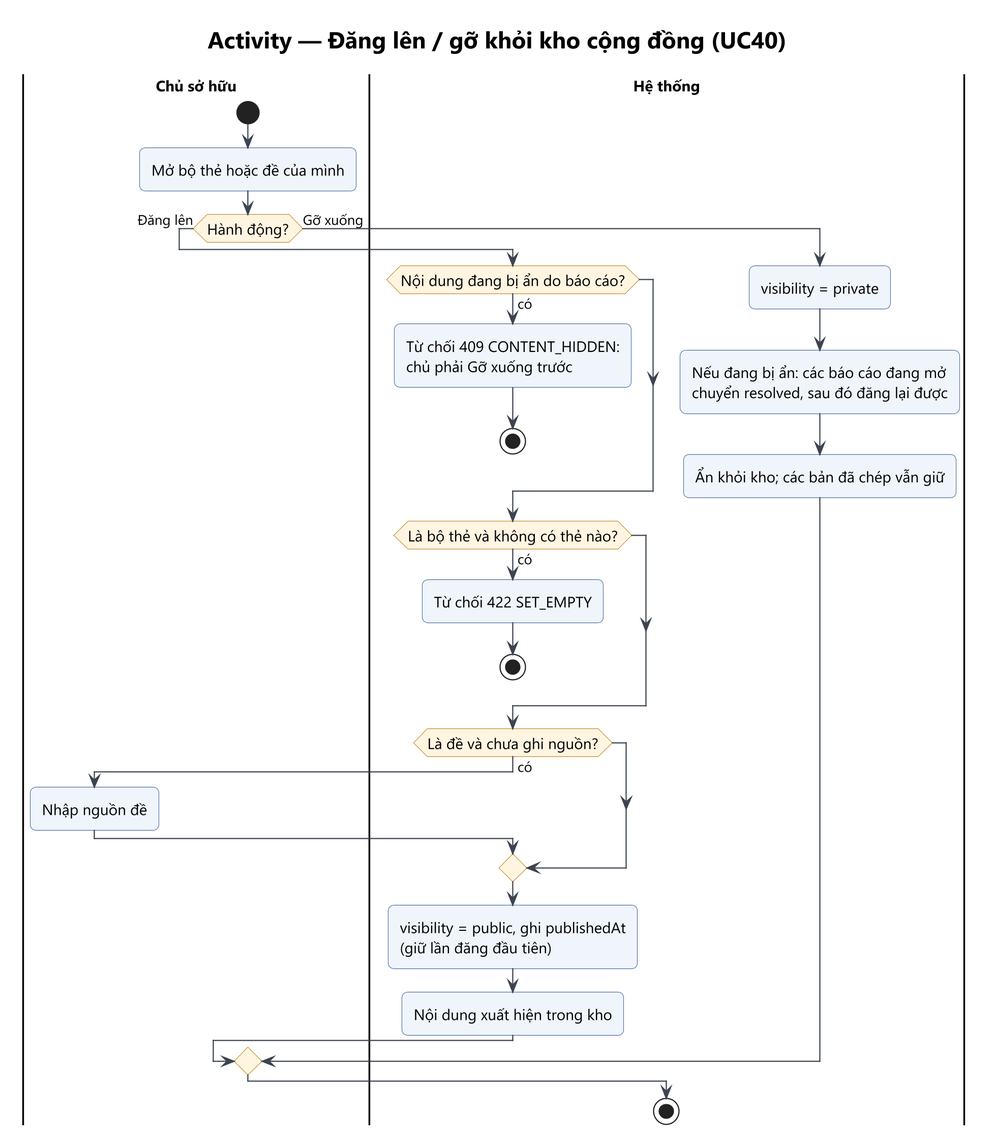
Above: Analysis_Design/03_Activity/act-07-dang-len-kho.png in Ac-2836/WebDev-FinalProject-LinMaster (PlantUML), before the change.
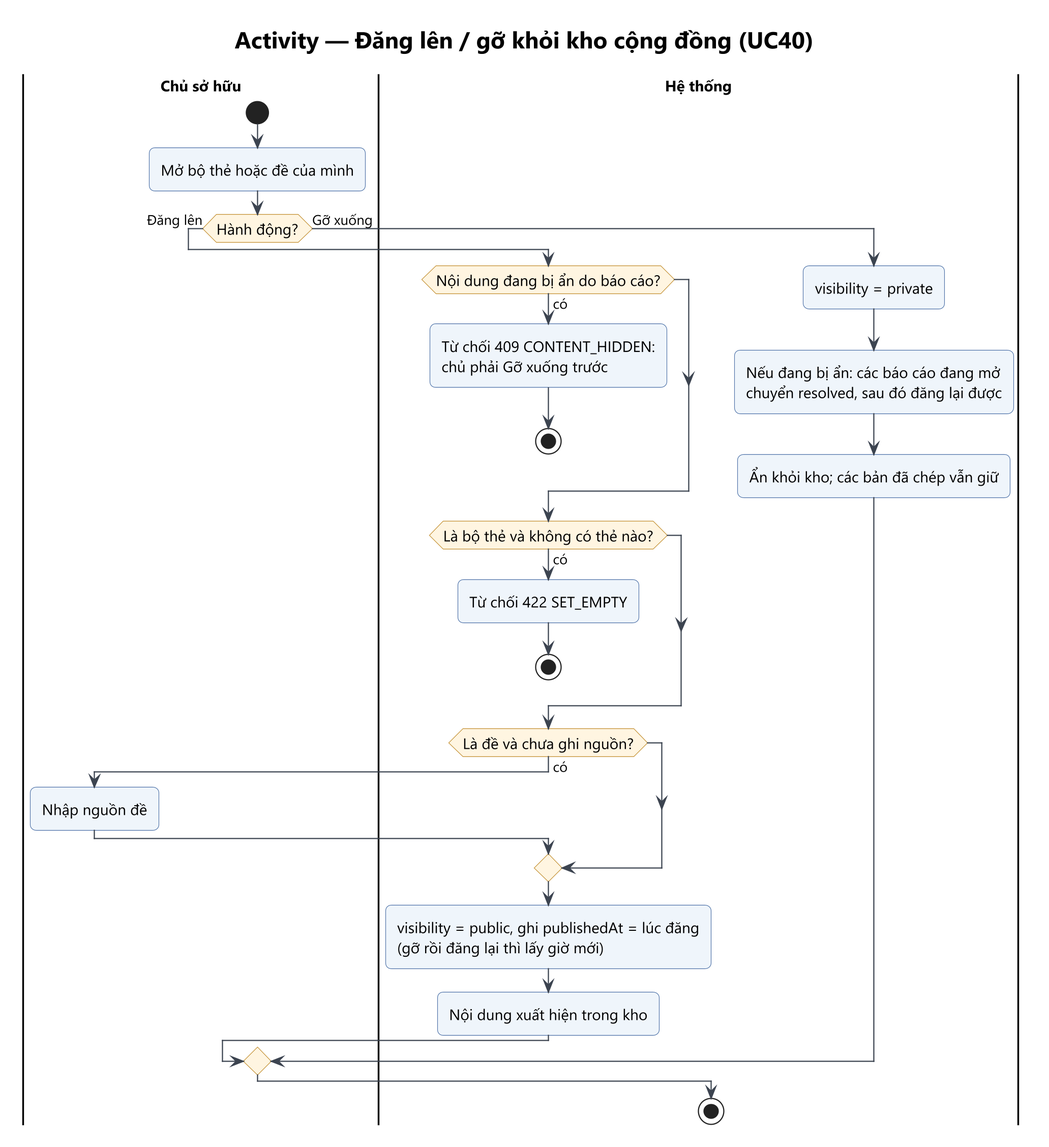
After the commit.

Change to the diagram source:
```diff
@@ -20,8 +20,8 @@
     :Nhập nguồn đề;
   endif
   |Hệ thống|
-  :visibility = public, ghi publishedAt
-  (giữ lần đăng đầu tiên);
+  :visibility = public, ghi publishedAt = lúc đăng
+  (gỡ rồi đăng lại thì lấy giờ mới);
   :Nội dung xuất hiện trong kho;
 else (Gỡ xuống)
   |Hệ thống|
```
